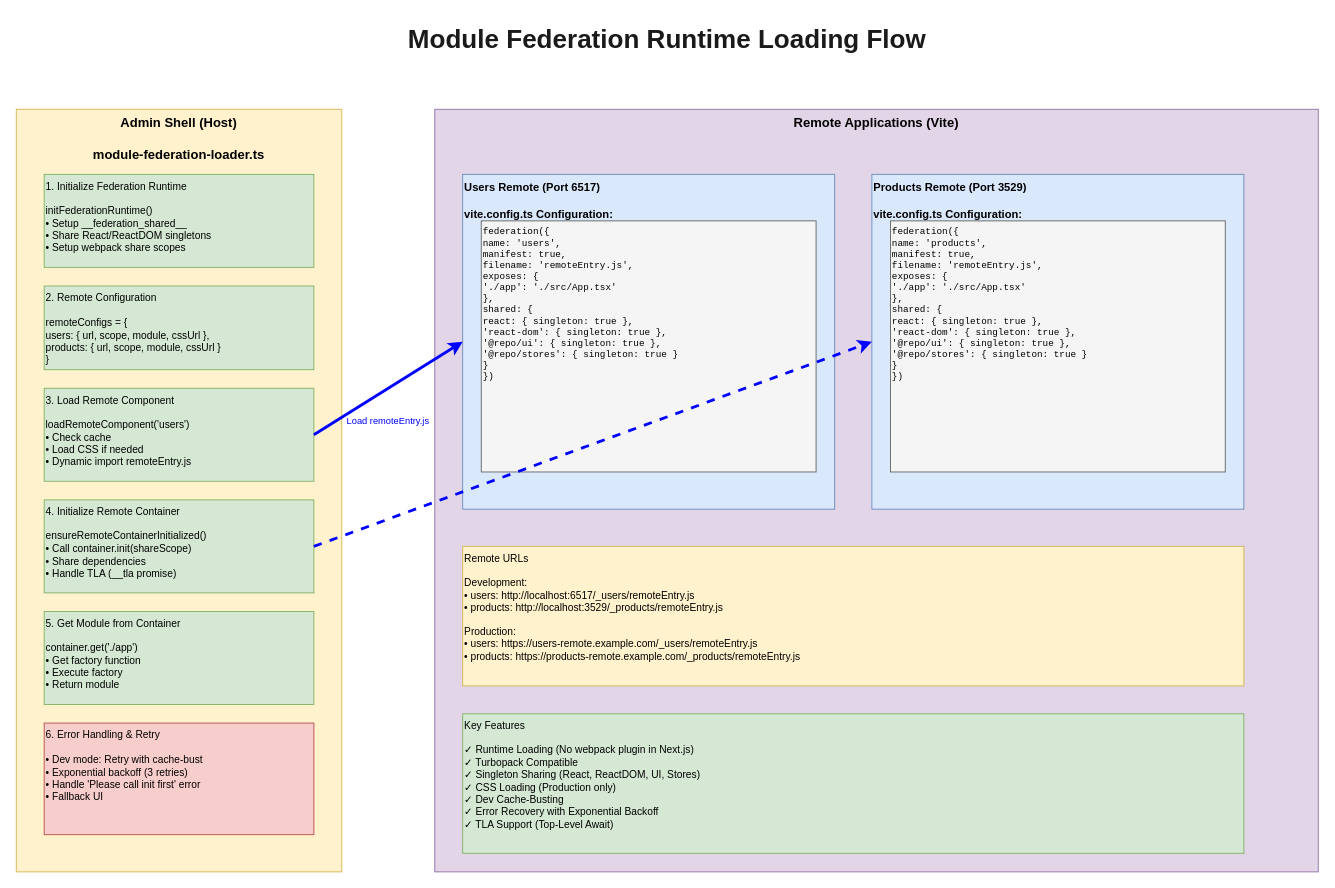
The draw.io diagram page "2. Module Federation Flow" (2 of 4) of docs/MFE.drawio.xml in pmann2110/mfe-template, before the edit. Source tidied: cells renumbered, new cells numbered last; positions are measured from the earlier drawing's top-left corner, leaving out a move shared by most shapes. Both pictures are drawn from the tidied source at 93%, with x=0, y=0 at pixel (16, 16).
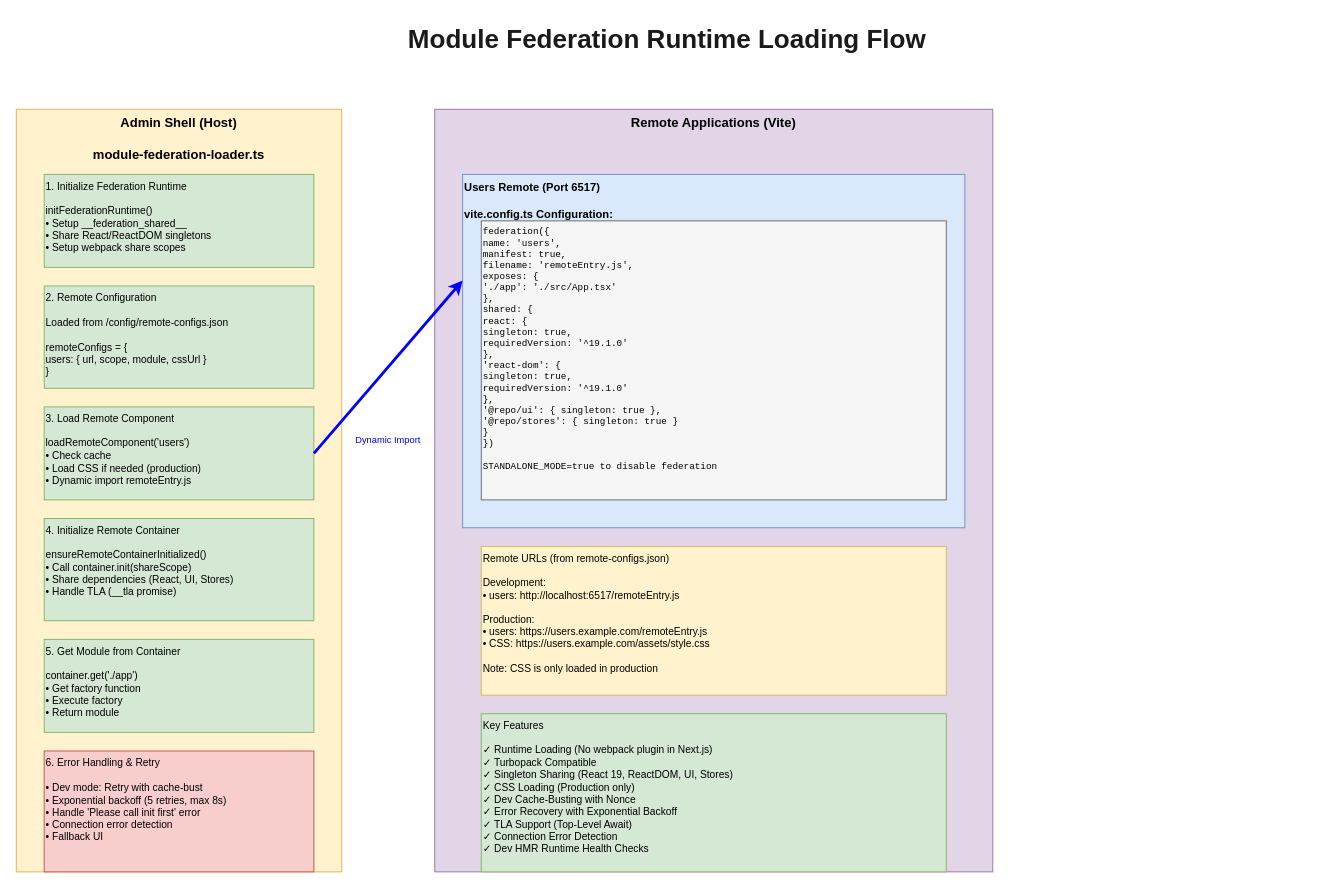
After the change.

What changed in the source:
```diff
@@
 <mxGraphModel background="#ffffff">
   <root>
     <mxCell id="0" />
     <mxCell id="1" parent="0" />
     <mxCell id="2" value="Module Federation Runtime Loading Flow" style="text;html=1;strokeColor=none;fillColor=none;align=center;verticalAlign=middle;whiteSpace=wrap;rounded=0;fontSize=28;fontStyle=1;fontColor=#1a1a1a;" parent="1" vertex="1">
       <mxGeometry x="300" width="800" height="50" as="geometry" />
     </mxCell>
     <mxCell id="3" value="Admin Shell (Host)&#10;&#10;module-federation-loader.ts" style="rounded=0;whiteSpace=wrap;html=1;fillColor=#fff2cc;strokeColor=#d6b656;fontSize=14;fontStyle=1;verticalAlign=top;" parent="1" vertex="1">
       <mxGeometry y="100" width="350" height="820" as="geometry" />
     </mxCell>
     <mxCell id="4" value="1. Initialize Federation Runtime&#10;&#10;initFederationRuntime()&#10;• Setup __federation_shared__&#10;• Share React/ReactDOM singletons&#10;• Setup webpack share scopes" style="rounded=0;whiteSpace=wrap;html=1;fillColor=#d5e8d4;strokeColor=#82b366;fontSize=11;align=left;verticalAlign=top;" parent="1" vertex="1">
       <mxGeometry x="30" y="170" width="290" height="100" as="geometry" />
     </mxCell>
-    <mxCell id="5" value="2. Remote Configuration&#10;&#10;remoteConfigs = {&#10;  users: { url, scope, module, cssUrl },&#10;  products: { url, scope, module, cssUrl }&#10;}" style="rounded=0;whiteSpace=wrap;html=1;fillColor=#d5e8d4;strokeColor=#82b366;fontSize=11;align=left;verticalAlign=top;" parent="1" vertex="1">
-      <mxGeometry x="30" y="290" width="290" height="90" as="geometry" />
+    <mxCell id="5" value="2. Remote Configuration&#10;&#10;Loaded from /config/remote-configs.json&#10;&#10;remoteConfigs = {&#10;  users: { url, scope, module, cssUrl }&#10;}" style="rounded=0;whiteSpace=wrap;html=1;fillColor=#d5e8d4;strokeColor=#82b366;fontSize=11;align=left;verticalAlign=top;" parent="1" vertex="1">
+      <mxGeometry x="30" y="290" width="290" height="110" as="geometry" />
     </mxCell>
-    <mxCell id="6" value="3. Load Remote Component&#10;&#10;loadRemoteComponent('users')&#10;• Check cache&#10;• Load CSS if needed&#10;• Dynamic import remoteEntry.js" style="rounded=0;whiteSpace=wrap;html=1;fillColor=#d5e8d4;strokeColor=#82b366;fontSize=11;align=left;verticalAlign=top;" parent="1" vertex="1">
-      <mxGeometry x="30" y="400" width="290" height="100" as="geometry" />
+    <mxCell id="6" value="3. Load Remote Component&#10;&#10;loadRemoteComponent('users')&#10;• Check cache&#10;• Load CSS if needed (production)&#10;• Dynamic import remoteEntry.js" style="rounded=0;whiteSpace=wrap;html=1;fillColor=#d5e8d4;strokeColor=#82b366;fontSize=11;align=left;verticalAlign=top;" parent="1" vertex="1">
+      <mxGeometry x="30" y="420" width="290" height="100" as="geometry" />
     </mxCell>
-    <mxCell id="7" value="4. Initialize Remote Container&#10;&#10;ensureRemoteContainerInitialized()&#10;• Call container.init(shareScope)&#10;• Share dependencies&#10;• Handle TLA (__tla promise)" style="rounded=0;whiteSpace=wrap;html=1;fillColor=#d5e8d4;strokeColor=#82b366;fontSize=11;align=left;verticalAlign=top;" parent="1" vertex="1">
-      <mxGeometry x="30" y="520" width="290" height="100" as="geometry" />
+    <mxCell id="7" value="4. Initialize Remote Container&#10;&#10;ensureRemoteContainerInitialized()&#10;• Call container.init(shareScope)&#10;• Share dependencies (React, UI, Stores)&#10;• Handle TLA (__tla promise)" style="rounded=0;whiteSpace=wrap;html=1;fillColor=#d5e8d4;strokeColor=#82b366;fontSize=11;align=left;verticalAlign=top;" parent="1" vertex="1">
+      <mxGeometry x="30" y="540" width="290" height="110" as="geometry" />
     </mxCell>
     <mxCell id="8" value="5. Get Module from Container&#10;&#10;container.get('./app')&#10;• Get factory function&#10;• Execute factory&#10;• Return module" style="rounded=0;whiteSpace=wrap;html=1;fillColor=#d5e8d4;strokeColor=#82b366;fontSize=11;align=left;verticalAlign=top;" parent="1" vertex="1">
-      <mxGeometry x="30" y="640" width="290" height="100" as="geometry" />
+      <mxGeometry x="30" y="670" width="290" height="100" as="geometry" />
     </mxCell>
-    <mxCell id="9" value="6. Error Handling &amp; Retry&#10;&#10;• Dev mode: Retry with cache-bust&#10;• Exponential backoff (3 retries)&#10;• Handle 'Please call init first' error&#10;• Fallback UI" style="rounded=0;whiteSpace=wrap;html=1;fillColor=#f8cecc;strokeColor=#b85450;fontSize=11;align=left;verticalAlign=top;" parent="1" vertex="1">
-      <mxGeometry x="30" y="760" width="290" height="120" as="geometry" />
+    <mxCell id="9" value="6. Error Handling &amp; Retry&#10;&#10;• Dev mode: Retry with cache-bust&#10;• Exponential backoff (5 retries, max 8s)&#10;• Handle 'Please call init first' error&#10;• Connection error detection&#10;• Fallback UI" style="rounded=0;whiteSpace=wrap;html=1;fillColor=#f8cecc;strokeColor=#b85450;fontSize=11;align=left;verticalAlign=top;" parent="1" vertex="1">
+      <mxGeometry x="30" y="790" width="290" height="130" as="geometry" />
     </mxCell>
     <mxCell id="10" value="Remote Applications (Vite)" style="rounded=0;whiteSpace=wrap;html=1;fillColor=#e1d5e7;strokeColor=#9673a6;fontSize=14;fontStyle=1;verticalAlign=top;" parent="1" vertex="1">
-      <mxGeometry x="450" y="100" width="950" height="820" as="geometry" />
+      <mxGeometry x="450" y="100" width="600" height="820" as="geometry" />
     </mxCell>
     <mxCell id="11" value="Users Remote (Port 6517)&#10;&#10;vite.config.ts Configuration:" style="rounded=0;whiteSpace=wrap;html=1;fillColor=#dae8fc;strokeColor=#6c8ebf;fontSize=12;fontStyle=1;verticalAlign=top;align=left;" parent="1" vertex="1">
-      <mxGeometry x="480" y="170" width="400" height="360" as="geometry" />
+      <mxGeometry x="480" y="170" width="540" height="380" as="geometry" />
     </mxCell>
-    <mxCell id="12" value="federation({&#10;  name: 'users',&#10;  manifest: true,&#10;  filename: 'remoteEntry.js',&#10;  exposes: {&#10;    './app': './src/App.tsx'&#10;  },&#10;  shared: {&#10;    react: { singleton: true },&#10;    'react-dom': { singleton: true },&#10;    '@repo/ui': { singleton: true },&#10;    '@repo/stores': { singleton: true }&#10;  }&#10;})" style="rounded=0;whiteSpace=wrap;html=1;fillColor=#f5f5f5;strokeColor=#666666;fontSize=10;align=left;verticalAlign=top;fontFamily=Courier New;" parent="1" vertex="1">
-      <mxGeometry x="500" y="220" width="360" height="270" as="geometry" />
+    <mxCell id="12" value="federation({&#10;  name: 'users',&#10;  manifest: true,&#10;  filename: 'remoteEntry.js',&#10;  exposes: {&#10;    './app': './src/App.tsx'&#10;  },&#10;  shared: {&#10;    react: {&#10;      singleton: true,&#10;      requiredVersion: '^19.1.0'&#10;    },&#10;    'react-dom': {&#10;      singleton: true,&#10;      requiredVersion: '^19.1.0'&#10;    },&#10;    '@repo/ui': { singleton: true },&#10;    '@repo/stores': { singleton: true }&#10;  }&#10;})&#10;&#10;STANDALONE_MODE=true to disable federation" style="rounded=0;whiteSpace=wrap;html=1;fillColor=#f5f5f5;strokeColor=#666666;fontSize=10;align=left;verticalAlign=top;fontFamily=Courier New;" parent="1" vertex="1">
+      <mxGeometry x="500" y="220" width="500" height="300" as="geometry" />
     </mxCell>
-    <mxCell id="13" value="Products Remote (Port 3529)&#10;&#10;vite.config.ts Configuration:" style="rounded=0;whiteSpace=wrap;html=1;fillColor=#dae8fc;strokeColor=#6c8ebf;fontSize=12;fontStyle=1;verticalAlign=top;align=left;" parent="1" vertex="1">
-      <mxGeometry x="920" y="170" width="400" height="360" as="geometry" />
-    </mxCell>
-    <mxCell id="14" value="federation({&#10;  name: 'products',&#10;  manifest: true,&#10;  filename: 'remoteEntry.js',&#10;  exposes: {&#10;    './app': './src/App.tsx'&#10;  },&#10;  shared: {&#10;    react: { singleton: true },&#10;    'react-dom': { singleton: true },&#10;    '@repo/ui': { singleton: true },&#10;    '@repo/stores': { singleton: true }&#10;  }&#10;})" style="rounded=0;whiteSpace=wrap;html=1;fillColor=#f5f5f5;strokeColor=#666666;fontSize=10;align=left;verticalAlign=top;fontFamily=Courier New;" parent="1" vertex="1">
-      <mxGeometry x="940" y="220" width="360" height="270" as="geometry" />
-    </mxCell>
-    <mxCell id="15" value="Remote URLs&#10;&#10;Development:&#10;• users: http://localhost:6517/_users/remoteEntry.js&#10;• products: http://localhost:3529/_products/remoteEntry.js&#10;&#10;Production:&#10;• users: https://users-remote.example.com/_users/remoteEntry.js&#10;• products: https://products-remote.example.com/_products/remoteEntry.js" style="rounded=0;whiteSpace=wrap;html=1;fillColor=#fff2cc;strokeColor=#d6b656;fontSize=11;align=left;verticalAlign=top;" parent="1" vertex="1">
-      <mxGeometry x="480" y="570" width="840" height="150" as="geometry" />
+    <mxCell id="15" value="Remote URLs (from remote-configs.json)&#10;&#10;Development:&#10;• users: http://localhost:6517/remoteEntry.js&#10;&#10;Production:&#10;• users: https://users.example.com/remoteEntry.js&#10;• CSS: https://users.example.com/assets/style.css&#10;&#10;Note: CSS is only loaded in production" style="rounded=0;whiteSpace=wrap;html=1;fillColor=#fff2cc;strokeColor=#d6b656;fontSize=11;align=left;verticalAlign=top;" parent="1" vertex="1">
+      <mxGeometry x="500" y="570" width="500" height="160" as="geometry" />
     </mxCell>
-    <mxCell id="16" value="Key Features&#10;&#10;✓ Runtime Loading (No webpack plugin in Next.js)&#10;✓ Turbopack Compatible&#10;✓ Singleton Sharing (React, ReactDOM, UI, Stores)&#10;✓ CSS Loading (Production only)&#10;✓ Dev Cache-Busting&#10;✓ Error Recovery with Exponential Backoff&#10;✓ TLA Support (Top-Level Await)" style="rounded=0;whiteSpace=wrap;html=1;fillColor=#d5e8d4;strokeColor=#82b366;fontSize=11;align=left;verticalAlign=top;" parent="1" vertex="1">
-      <mxGeometry x="480" y="750" width="840" height="150" as="geometry" />
+    <mxCell id="16" value="Key Features&#10;&#10;✓ Runtime Loading (No webpack plugin in Next.js)&#10;✓ Turbopack Compatible&#10;✓ Singleton Sharing (React 19, ReactDOM, UI, Stores)&#10;✓ CSS Loading (Production only)&#10;✓ Dev Cache-Busting with Nonce&#10;✓ Error Recovery with Exponential Backoff&#10;✓ TLA Support (Top-Level Await)&#10;✓ Connection Error Detection&#10;✓ Dev HMR Runtime Health Checks" style="rounded=0;whiteSpace=wrap;html=1;fillColor=#d5e8d4;strokeColor=#82b366;fontSize=11;align=left;verticalAlign=top;" parent="1" vertex="1">
+      <mxGeometry x="500" y="750" width="500" height="170" as="geometry" />
     </mxCell>
-    <mxCell id="17" style="endArrow=classic;html=1;rounded=0;strokeWidth=3;strokeColor=#0000FF;exitX=1;exitY=0.5;exitDx=0;exitDy=0;entryX=0;entryY=0.5;entryDx=0;entryDy=0;" parent="1" edge="1" source="6" target="11">
+    <mxCell id="17" style="endArrow=classic;html=1;rounded=0;strokeWidth=3;strokeColor=#0000FF;exitX=1;exitY=0.5;exitDx=0;exitDy=0;entryX=0;entryY=0.3;entryDx=0;entryDy=0;" parent="1" edge="1" source="6" target="11">
       <mxGeometry relative="1" as="geometry" />
     </mxCell>
-    <mxCell id="18" value="Load remoteEntry.js" style="text;html=1;strokeColor=none;fillColor=none;align=center;verticalAlign=middle;whiteSpace=wrap;rounded=0;fontSize=10;fontColor=#0000FF;" parent="1" vertex="1">
-      <mxGeometry x="340" y="420" width="120" height="30" as="geometry" />
+    <mxCell id="18" value="Dynamic Import" style="text;html=1;strokeColor=none;fillColor=none;align=center;verticalAlign=middle;whiteSpace=wrap;rounded=0;fontSize=10;fontColor=#0000FF;" parent="1" vertex="1">
+      <mxGeometry x="350" y="440" width="100" height="30" as="geometry" />
     </mxCell>
-    <mxCell id="19" style="endArrow=classic;html=1;rounded=0;strokeWidth=3;strokeColor=#0000FF;exitX=1;exitY=0.5;exitDx=0;exitDy=0;entryX=0;entryY=0.5;entryDx=0;entryDy=0;dashed=1;" parent="1" edge="1" source="7" target="13">
-      <mxGeometry relative="1" as="geometry" />
-    </mxCell>
   </root>
 </mxGraphModel>
```
